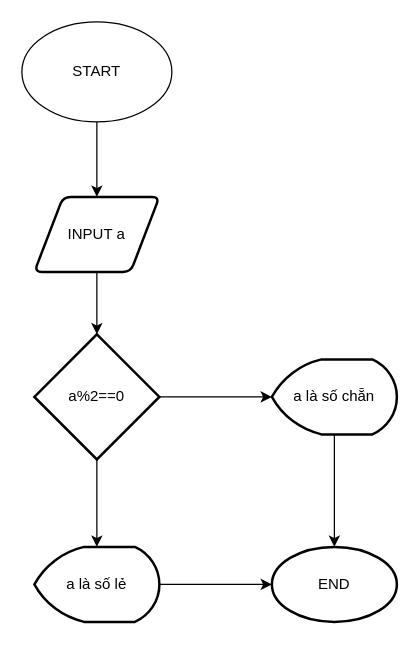
The draw.io diagram Biểu đồ không có tiêu đề.drawio in phamquanghuy-1316/btC, before the edit. Source tidied: cells renumbered, new cells numbered last; positions are measured from the earlier drawing's top-left corner, leaving out a move shared by most shapes. Both pictures are drawn from the tidied source at 125%, with x=0, y=0 at pixel (21, 21).
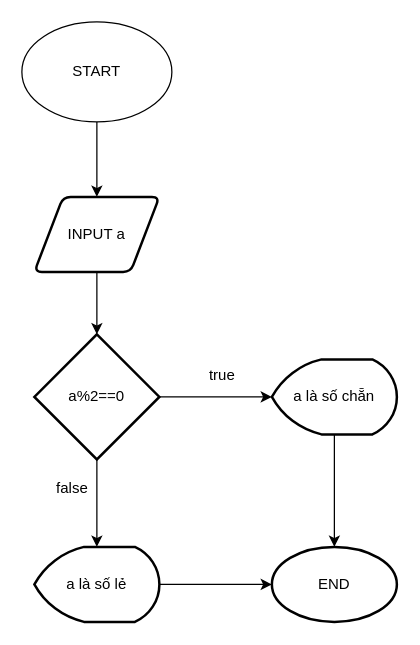
The same page after the edit.

Commit message:
Cập nhật Biểu đồ không có tiêu đề.drawio

The edit, as a diff of the source:
```diff
@@
 <mxGraphModel>
   <root>
     <mxCell id="0" />
     <mxCell id="1" parent="0" />
     <mxCell id="2" style="edgeStyle=orthogonalEdgeStyle;rounded=0;jettySize=auto;html=1;" parent="1" edge="1" source="3" target="4">
       <mxGeometry relative="1" as="geometry" />
     </mxCell>
     <mxCell id="3" value="START" style="ellipse;whiteSpace=wrap;html=1;" parent="1" vertex="1">
       <mxGeometry width="120" height="80" as="geometry" />
     </mxCell>
     <mxCell id="4" value="INPUT a" style="shape=parallelogram;html=1;strokeWidth=2;perimeter=parallelogramPerimeter;whiteSpace=wrap;rounded=1;arcSize=12;size=0.23;" parent="1" vertex="1">
       <mxGeometry x="10" y="140" width="100" height="60" as="geometry" />
     </mxCell>
     <mxCell id="5" style="edgeStyle=orthogonalEdgeStyle;rounded=0;jettySize=auto;html=1;" parent="1" edge="1" source="7">
       <mxGeometry relative="1" as="geometry">
         <mxPoint x="200" y="300" as="targetPoint" />
       </mxGeometry>
     </mxCell>
     <mxCell id="6" style="edgeStyle=orthogonalEdgeStyle;rounded=0;jettySize=auto;html=1;" parent="1" edge="1" source="7">
       <mxGeometry relative="1" as="geometry">
         <mxPoint x="60" y="420" as="targetPoint" />
       </mxGeometry>
     </mxCell>
     <mxCell id="7" value="a%2==0" style="strokeWidth=2;html=1;shape=mxgraph.flowchart.decision;whiteSpace=wrap;" parent="1" vertex="1">
       <mxGeometry x="10" y="250" width="100" height="100" as="geometry" />
     </mxCell>
     <mxCell id="8" style="edgeStyle=orthogonalEdgeStyle;rounded=0;jettySize=auto;html=1;entryX=0.5;entryY=0;entryDx=0;entryDy=0;entryPerimeter=0;" parent="1" edge="1" source="4" target="7">
       <mxGeometry relative="1" as="geometry" />
     </mxCell>
     <mxCell id="9" value="a là số lẻ" style="strokeWidth=2;html=1;shape=mxgraph.flowchart.display;whiteSpace=wrap;" parent="1" vertex="1">
       <mxGeometry x="10" y="420" width="100" height="60" as="geometry" />
     </mxCell>
     <mxCell id="10" value="a là số chẵn" style="strokeWidth=2;html=1;shape=mxgraph.flowchart.display;whiteSpace=wrap;" parent="1" vertex="1">
       <mxGeometry x="200" y="270" width="100" height="60" as="geometry" />
     </mxCell>
     <mxCell id="11" value="END" style="strokeWidth=2;html=1;shape=mxgraph.flowchart.start_1;whiteSpace=wrap;" parent="1" vertex="1">
       <mxGeometry x="200" y="420" width="100" height="60" as="geometry" />
     </mxCell>
     <mxCell id="12" style="edgeStyle=orthogonalEdgeStyle;rounded=0;jettySize=auto;html=1;entryX=0;entryY=0.5;entryDx=0;entryDy=0;entryPerimeter=0;" parent="1" edge="1" source="9" target="11">
       <mxGeometry relative="1" as="geometry" />
     </mxCell>
     <mxCell id="13" style="edgeStyle=orthogonalEdgeStyle;rounded=0;jettySize=auto;html=1;entryX=0.5;entryY=0;entryDx=0;entryDy=0;entryPerimeter=0;" parent="1" edge="1" source="10" target="11">
       <mxGeometry relative="1" as="geometry" />
     </mxCell>
+    <mxCell id="14" value="true" style="text;html=1;align=center;verticalAlign=middle;strokeColor=none;fillColor=none;" parent="1" vertex="1">
+      <mxGeometry x="140" y="268" width="40" height="30" as="geometry" />
+    </mxCell>
+    <mxCell id="15" value="false" style="text;html=1;align=center;verticalAlign=middle;strokeColor=none;fillColor=none;" parent="1" vertex="1">
+      <mxGeometry x="15" y="358" width="50" height="30" as="geometry" />
+    </mxCell>
   </root>
 </mxGraphModel>
```
